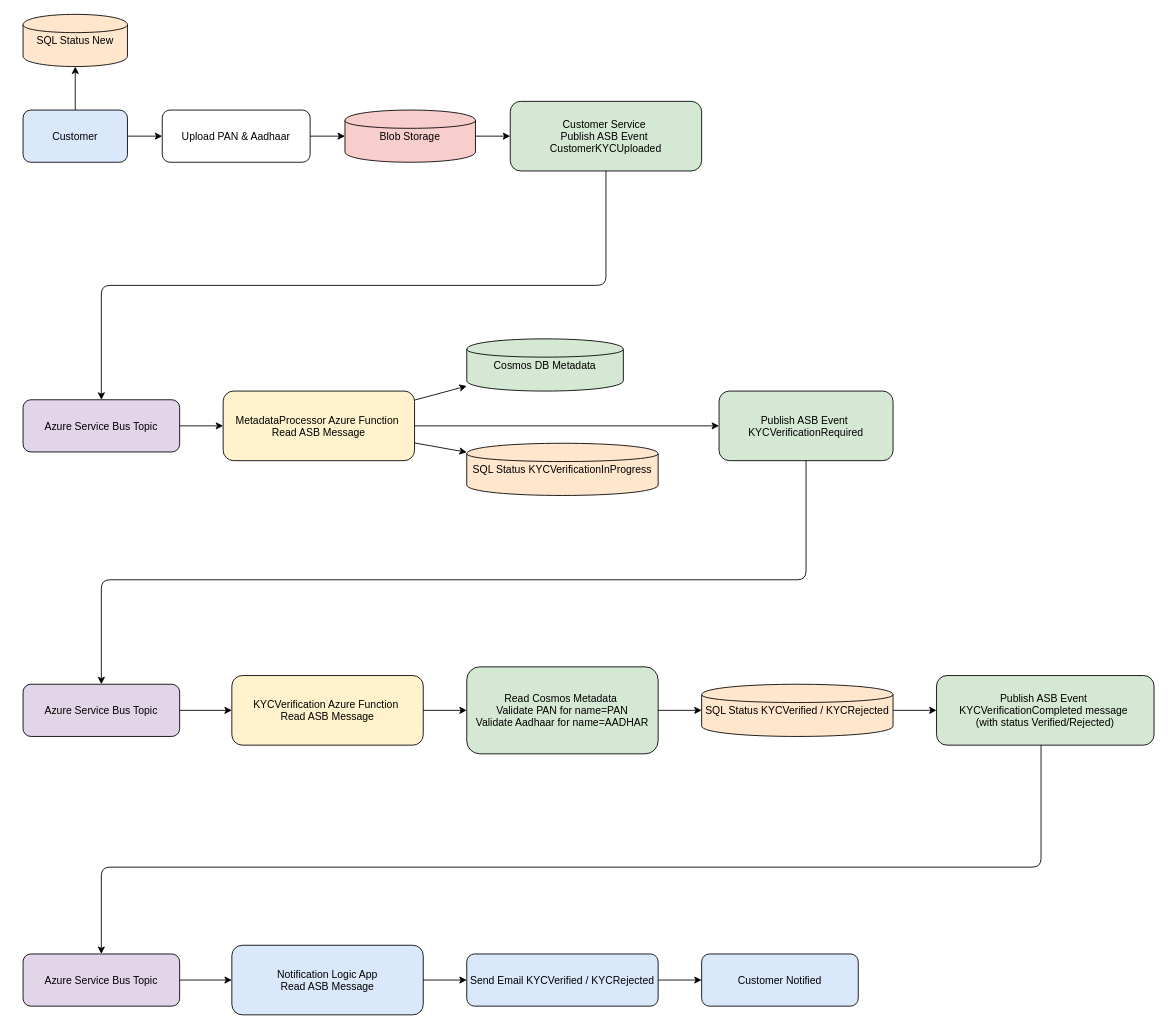
This is Documents/CustomerRegister/CustomerRegisterFlow.drawio from kirtish19/BankingApp, a draw.io file, before an edit. Source tidied: cells renumbered, new cells numbered last; positions are measured from the earlier drawing's top-left corner, leaving out a move shared by most shapes. Both pictures are drawn from the tidied source at 87%, with x=0, y=0 at pixel (23, 14).
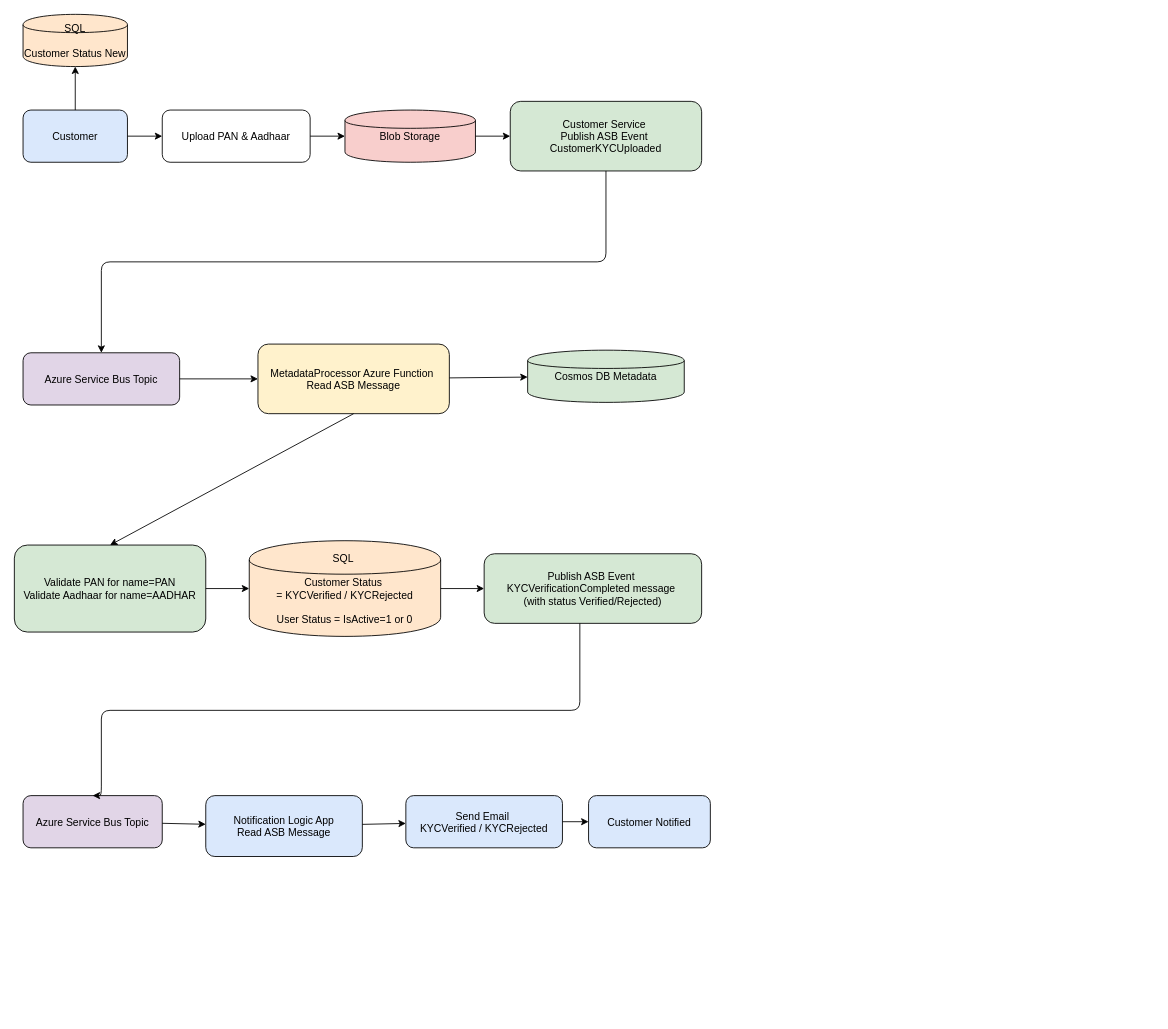
The same diagram, later.

Commit message (it also covers changes not shown here):
Customer Registration flow updated on 24-08

Change to the diagram source:
```diff
@@
     <mxCell id="6" value="Azure Service Bus Topic" style="rounded=1;fillColor=#e1d5e7;" parent="1" vertex="1">
-      <mxGeometry y="443" width="180" height="60" as="geometry" />
+      <mxGeometry y="389" width="180" height="60" as="geometry" />
     </mxCell>
     <mxCell id="7" value="MetadataProcessor Azure Function &#10;Read ASB Message" style="rounded=1;fillColor=#fff2cc;" parent="1" vertex="1">
-      <mxGeometry x="230" y="433" width="220" height="80" as="geometry" />
+      <mxGeometry x="270" y="379" width="220" height="80" as="geometry" />
     </mxCell>
     <mxCell id="8" value="Cosmos DB Metadata" style="shape=cylinder;fillColor=#d5e8d4;" parent="1" vertex="1">
-      <mxGeometry x="510" y="373" width="180" height="60" as="geometry" />
+      <mxGeometry x="580" y="386" width="180" height="60" as="geometry" />
     </mxCell>
-    <mxCell id="9" value="SQL Status KYCVerificationInProgress" style="shape=cylinder;fillColor=#ffe6cc;" parent="1" vertex="1">
-      <mxGeometry x="510" y="493" width="220" height="60" as="geometry" />
-    </mxCell>
-    <mxCell id="10" value="Publish ASB Event &#10;KYCVerificationRequired" style="rounded=1;fillColor=#d5e8d4;" parent="1" vertex="1">
-      <mxGeometry x="800" y="433" width="200" height="80" as="geometry" />
-    </mxCell>
-    <mxCell id="11" value="Azure Service Bus Topic" style="rounded=1;fillColor=#e1d5e7;" parent="1" vertex="1">
-      <mxGeometry y="770" width="180" height="60" as="geometry" />
-    </mxCell>
-    <mxCell id="12" value="KYCVerification Azure Function &#10;Read ASB Message" style="rounded=1;fillColor=#fff2cc;" parent="1" vertex="1">
-      <mxGeometry x="240" y="760" width="220" height="80" as="geometry" />
-    </mxCell>
-    <mxCell id="13" value="Read Cosmos Metadata &#10;Validate PAN for name=PAN&#10;Validate Aadhaar for name=AADHAR" style="rounded=1;fillColor=#d5e8d4;" parent="1" vertex="1">
-      <mxGeometry x="510" y="750" width="220" height="100" as="geometry" />
+    <mxCell id="13" value="Validate PAN for name=PAN&#10;Validate Aadhaar for name=AADHAR" style="rounded=1;fillColor=#d5e8d4;" parent="1" vertex="1">
+      <mxGeometry x="-10" y="610" width="220" height="100" as="geometry" />
     </mxCell>
-    <mxCell id="14" value="SQL Status KYCVerified / KYCRejected" style="shape=cylinder;fillColor=#ffe6cc;" parent="1" vertex="1">
-      <mxGeometry x="780" y="770" width="220" height="60" as="geometry" />
+    <mxCell id="14" value="SQL &#10;&#10;Customer Status &#10;= KYCVerified / KYCRejected&#10;&#10;User Status = IsActive=1 or 0" style="shape=cylinder;fillColor=#ffe6cc;" parent="1" vertex="1">
+      <mxGeometry x="260" y="605" width="220" height="110" as="geometry" />
     </mxCell>
     <mxCell id="15" value="Publish ASB Event &#10;KYCVerificationCompleted message &#10;(with status Verified/Rejected)" style="rounded=1;fillColor=#d5e8d4;" parent="1" vertex="1">
-      <mxGeometry x="1050" y="760" width="250" height="80" as="geometry" />
+      <mxGeometry x="530" y="620" width="250" height="80" as="geometry" />
     </mxCell>
     <mxCell id="16" value="Azure Service Bus Topic" style="rounded=1;fillColor=#e1d5e7;" parent="1" vertex="1">
-      <mxGeometry y="1080" width="180" height="60" as="geometry" />
+      <mxGeometry y="898" width="160" height="60" as="geometry" />
     </mxCell>
     <mxCell id="17" value="Notification Logic App&#10;Read ASB Message" style="rounded=1;fillColor=#dae8fc;" parent="1" vertex="1">
-      <mxGeometry x="240" y="1070" width="220" height="80" as="geometry" />
+      <mxGeometry x="210" y="898" width="180" height="70" as="geometry" />
     </mxCell>
-    <mxCell id="18" value="Send Email KYCVerified / KYCRejected" style="rounded=1;fillColor=#dae8fc;" parent="1" vertex="1">
-      <mxGeometry x="510" y="1080" width="220" height="60" as="geometry" />
+    <mxCell id="18" value="Send Email &#10;KYCVerified / KYCRejected" style="rounded=1;fillColor=#dae8fc;" parent="1" vertex="1">
+      <mxGeometry x="440" y="898" width="180" height="60" as="geometry" />
     </mxCell>
     <mxCell id="19" value="Customer Notified" style="rounded=1;fillColor=#dae8fc;" parent="1" vertex="1">
-      <mxGeometry x="780" y="1080" width="180" height="60" as="geometry" />
+      <mxGeometry x="650" y="898" width="140" height="60" as="geometry" />
     </mxCell>
@@
-    <mxCell id="26" parent="1" edge="1" source="7" target="9">
-      <mxGeometry relative="1" as="geometry" />
-    </mxCell>
-    <mxCell id="27" parent="1" edge="1" source="7" target="10">
-      <mxGeometry relative="1" as="geometry" />
-    </mxCell>
-    <mxCell id="28" style="edgeStyle=orthogonalEdgeStyle;" parent="1" edge="1" source="10" target="11">
-      <mxGeometry relative="1" as="geometry">
-        <Array as="points">
-          <mxPoint x="900" y="649.9" />
-          <mxPoint x="90" y="649.9" />
-        </Array>
-      </mxGeometry>
-    </mxCell>
-    <mxCell id="29" parent="1" edge="1" source="11" target="12">
-      <mxGeometry relative="1" as="geometry" />
-    </mxCell>
-    <mxCell id="30" parent="1" edge="1" source="12" target="13">
-      <mxGeometry relative="1" as="geometry" />
-    </mxCell>
@@
     <mxCell id="33" style="edgeStyle=orthogonalEdgeStyle;entryX=0.5;entryY=0;entryDx=0;entryDy=0;" parent="1" edge="1" source="15" target="16">
       <mxGeometry relative="1" as="geometry">
         <Array as="points">
-          <mxPoint x="1170.1" y="980.2" />
-          <mxPoint x="90.1" y="980.2" />
+          <mxPoint x="640" y="800" />
+          <mxPoint x="90" y="800" />
         </Array>
       </mxGeometry>
     </mxCell>
@@
-    <mxCell id="37" value="SQL Status New" style="shape=cylinder;fillColor=#ffe6cc;" parent="1" vertex="1">
+    <mxCell id="37" value="SQL&#10;&#10;Customer Status New" style="shape=cylinder;fillColor=#ffe6cc;" parent="1" vertex="1">
       <mxGeometry width="120" height="60" as="geometry" />
     </mxCell>
@@
+    <mxCell id="39" style="endArrow=classic;html=1;rounded=0;exitX=0.5;exitY=1;exitDx=0;exitDy=0;entryX=0.5;entryY=0;entryDx=0;entryDy=0;" parent="1" edge="1" source="7" target="13">
+      <mxGeometry relative="1" as="geometry" />
+    </mxCell>
```
